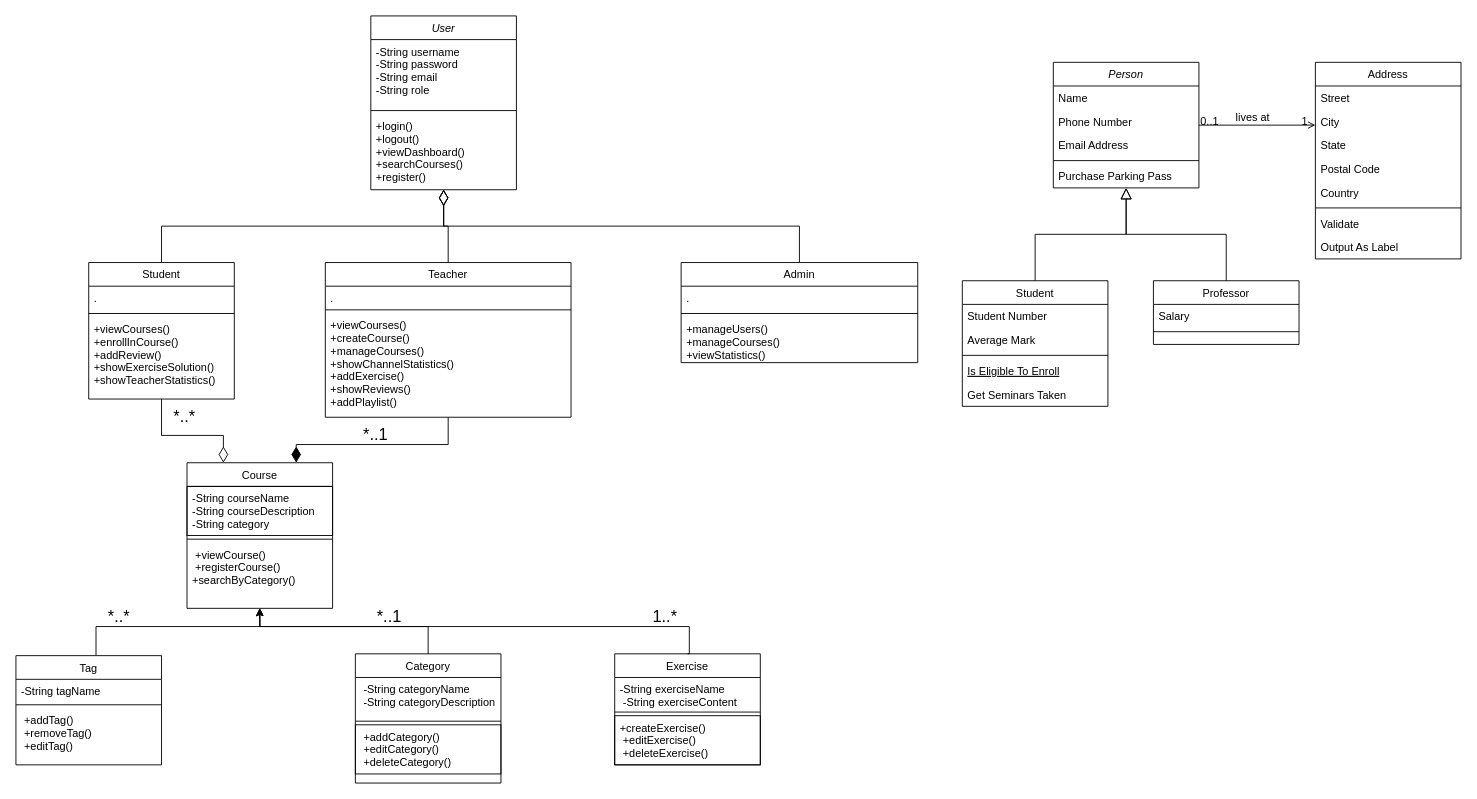
This is Conseption/Untitled Diagram de class.drawio from anouar36/CST_school, a draw.io file, before an edit. Source tidied: cells renumbered, new cells numbered last; positions are measured from the earlier drawing's top-left corner, leaving out a move shared by most shapes. Both pictures are drawn from the tidied source at 91%, with x=0, y=0 at pixel (15, 15).
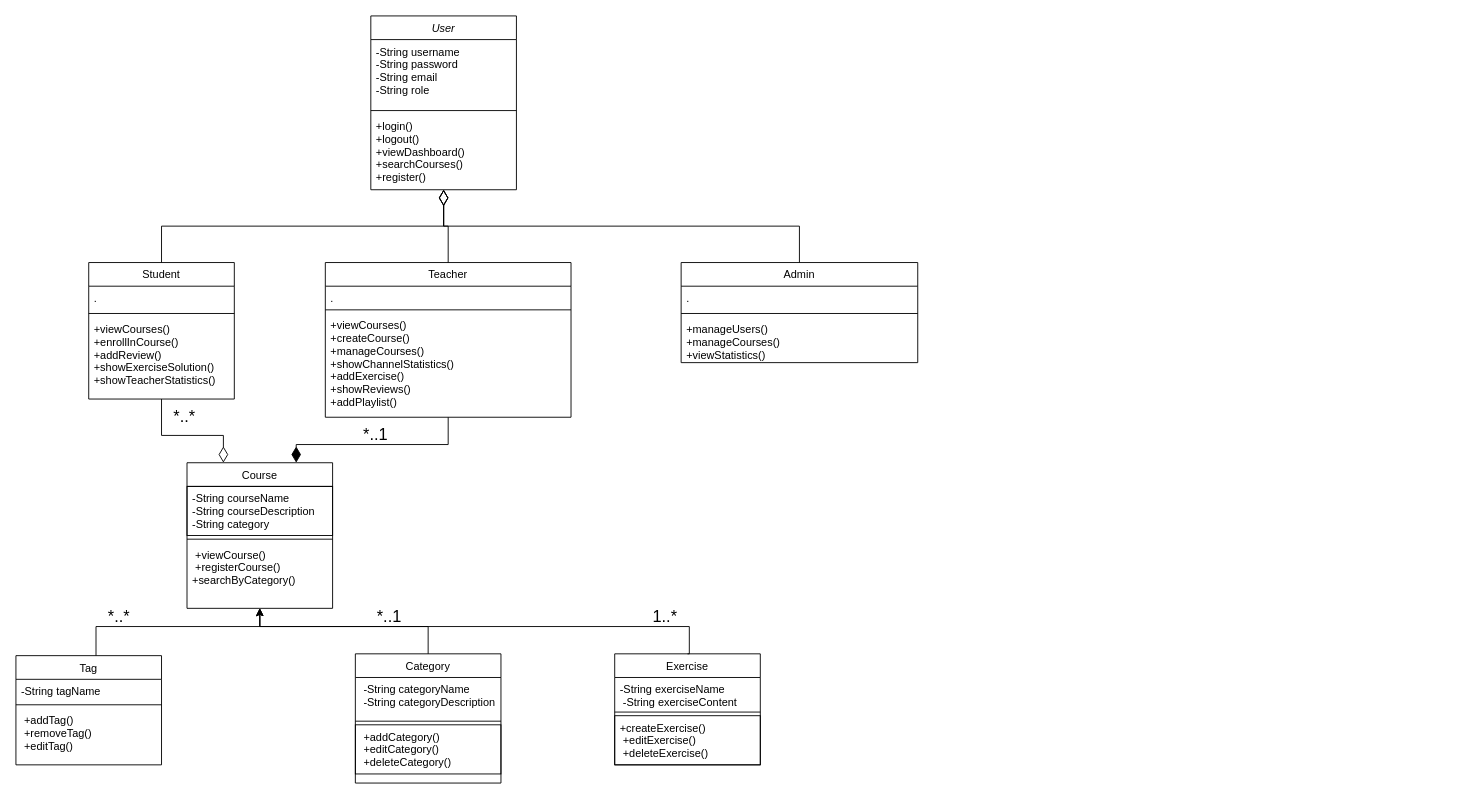
Above is the later version.

What changed in the source:
```diff
@@
-    <mxCell id="2" value="Person" style="swimlane;fontStyle=2;align=center;verticalAlign=top;horizontal=1;startSize=26;rounded=0;shadow=0;strokeWidth=1;" parent="1" vertex="1">
-      <mxGeometry x="1140" y="51" width="160" height="138" as="geometry" />
-    </mxCell>
-    <mxCell id="3" value="Name" style="text;align=left;verticalAlign=top;spacingLeft=4;spacingRight=4;overflow=hidden;" parent="2" vertex="1">
-      <mxGeometry y="26" width="160" height="26" as="geometry" />
-    </mxCell>
-    <mxCell id="4" value="Phone Number" style="text;align=left;verticalAlign=top;spacingLeft=4;spacingRight=4;overflow=hidden;rounded=0;shadow=0;html=0;" parent="2" vertex="1">
-      <mxGeometry y="52" width="160" height="26" as="geometry" />
-    </mxCell>
-    <mxCell id="5" value="Email Address" style="text;align=left;verticalAlign=top;spacingLeft=4;spacingRight=4;overflow=hidden;rounded=0;shadow=0;html=0;" parent="2" vertex="1">
-      <mxGeometry y="78" width="160" height="26" as="geometry" />
-    </mxCell>
-    <mxCell id="6" style="line;html=1;strokeWidth=1;align=left;verticalAlign=middle;spacingTop=-1;spacingLeft=3;spacingRight=3;labelPosition=right;" parent="2" vertex="1">
-      <mxGeometry y="104" width="160" height="8" as="geometry" />
-    </mxCell>
-    <mxCell id="7" value="Purchase Parking Pass" style="text;align=left;verticalAlign=top;spacingLeft=4;spacingRight=4;overflow=hidden;" parent="2" vertex="1">
-      <mxGeometry y="112" width="160" height="26" as="geometry" />
-    </mxCell>
-    <mxCell id="8" value="Student" style="swimlane;fontStyle=0;align=center;verticalAlign=top;horizontal=1;startSize=26;rounded=0;shadow=0;strokeWidth=1;" parent="1" vertex="1">
-      <mxGeometry x="1040" y="291" width="160" height="138" as="geometry" />
-    </mxCell>
-    <mxCell id="9" value="Student Number" style="text;align=left;verticalAlign=top;spacingLeft=4;spacingRight=4;overflow=hidden;" parent="8" vertex="1">
-      <mxGeometry y="26" width="160" height="26" as="geometry" />
-    </mxCell>
-    <mxCell id="10" value="Average Mark" style="text;align=left;verticalAlign=top;spacingLeft=4;spacingRight=4;overflow=hidden;rounded=0;shadow=0;html=0;" parent="8" vertex="1">
-      <mxGeometry y="52" width="160" height="26" as="geometry" />
-    </mxCell>
-    <mxCell id="11" style="line;html=1;strokeWidth=1;align=left;verticalAlign=middle;spacingTop=-1;spacingLeft=3;spacingRight=3;labelPosition=right;" parent="8" vertex="1">
-      <mxGeometry y="78" width="160" height="8" as="geometry" />
-    </mxCell>
-    <mxCell id="12" value="Is Eligible To Enroll" style="text;align=left;verticalAlign=top;spacingLeft=4;spacingRight=4;overflow=hidden;fontStyle=4;" parent="8" vertex="1">
-      <mxGeometry y="86" width="160" height="26" as="geometry" />
-    </mxCell>
-    <mxCell id="13" value="Get Seminars Taken" style="text;align=left;verticalAlign=top;spacingLeft=4;spacingRight=4;overflow=hidden;" parent="8" vertex="1">
-      <mxGeometry y="112" width="160" height="26" as="geometry" />
-    </mxCell>
-    <mxCell id="14" style="endArrow=block;endSize=10;endFill=0;shadow=0;strokeWidth=1;rounded=0;curved=0;edgeStyle=elbowEdgeStyle;elbow=vertical;" parent="1" edge="1" source="8" target="2">
-      <mxGeometry relative="1" as="geometry" />
-    </mxCell>
-    <mxCell id="15" value="Professor" style="swimlane;fontStyle=0;align=center;verticalAlign=top;horizontal=1;startSize=26;rounded=0;shadow=0;strokeWidth=1;" parent="1" vertex="1">
-      <mxGeometry x="1250" y="291" width="160" height="70" as="geometry" />
-    </mxCell>
-    <mxCell id="16" value="Salary" style="text;align=left;verticalAlign=top;spacingLeft=4;spacingRight=4;overflow=hidden;" parent="15" vertex="1">
-      <mxGeometry y="26" width="160" height="26" as="geometry" />
-    </mxCell>
-    <mxCell id="17" style="line;html=1;strokeWidth=1;align=left;verticalAlign=middle;spacingTop=-1;spacingLeft=3;spacingRight=3;labelPosition=right;" parent="15" vertex="1">
-      <mxGeometry y="52" width="160" height="8" as="geometry" />
-    </mxCell>
-    <mxCell id="18" style="endArrow=block;endSize=10;endFill=0;shadow=0;strokeWidth=1;rounded=0;curved=0;edgeStyle=elbowEdgeStyle;elbow=vertical;" parent="1" edge="1" source="15" target="2">
-      <mxGeometry relative="1" as="geometry" />
-    </mxCell>
-    <mxCell id="19" value="Address" style="swimlane;fontStyle=0;align=center;verticalAlign=top;horizontal=1;startSize=26;rounded=0;shadow=0;strokeWidth=1;" parent="1" vertex="1">
-      <mxGeometry x="1428" y="51" width="160" height="216" as="geometry" />
-    </mxCell>
-    <mxCell id="20" value="Street" style="text;align=left;verticalAlign=top;spacingLeft=4;spacingRight=4;overflow=hidden;" parent="19" vertex="1">
-      <mxGeometry y="26" width="160" height="26" as="geometry" />
-    </mxCell>
-    <mxCell id="21" value="City" style="text;align=left;verticalAlign=top;spacingLeft=4;spacingRight=4;overflow=hidden;rounded=0;shadow=0;html=0;" parent="19" vertex="1">
-      <mxGeometry y="52" width="160" height="26" as="geometry" />
-    </mxCell>
-    <mxCell id="22" value="State" style="text;align=left;verticalAlign=top;spacingLeft=4;spacingRight=4;overflow=hidden;rounded=0;shadow=0;html=0;" parent="19" vertex="1">
-      <mxGeometry y="78" width="160" height="26" as="geometry" />
-    </mxCell>
-    <mxCell id="23" value="Postal Code" style="text;align=left;verticalAlign=top;spacingLeft=4;spacingRight=4;overflow=hidden;rounded=0;shadow=0;html=0;" parent="19" vertex="1">
-      <mxGeometry y="104" width="160" height="26" as="geometry" />
-    </mxCell>
-    <mxCell id="24" value="Country" style="text;align=left;verticalAlign=top;spacingLeft=4;spacingRight=4;overflow=hidden;rounded=0;shadow=0;html=0;" parent="19" vertex="1">
-      <mxGeometry y="130" width="160" height="26" as="geometry" />
-    </mxCell>
-    <mxCell id="25" style="line;html=1;strokeWidth=1;align=left;verticalAlign=middle;spacingTop=-1;spacingLeft=3;spacingRight=3;labelPosition=right;" parent="19" vertex="1">
-      <mxGeometry y="156" width="160" height="8" as="geometry" />
-    </mxCell>
-    <mxCell id="26" value="Validate" style="text;align=left;verticalAlign=top;spacingLeft=4;spacingRight=4;overflow=hidden;" parent="19" vertex="1">
-      <mxGeometry y="164" width="160" height="26" as="geometry" />
-    </mxCell>
-    <mxCell id="27" value="Output As Label" style="text;align=left;verticalAlign=top;spacingLeft=4;spacingRight=4;overflow=hidden;" parent="19" vertex="1">
-      <mxGeometry y="190" width="160" height="26" as="geometry" />
-    </mxCell>
-    <mxCell id="28" style="endArrow=open;shadow=0;strokeWidth=1;rounded=0;curved=0;endFill=1;edgeStyle=elbowEdgeStyle;elbow=vertical;" parent="1" edge="1" source="2" target="19">
-      <mxGeometry x="0.5" y="41" relative="1" as="geometry">
-        <mxPoint x="-40" y="32" as="offset" />
-      </mxGeometry>
-    </mxCell>
-    <mxCell id="29" value="0..1" style="align=left;verticalAlign=bottom;labelBackgroundColor=none;fontSize=12;" parent="28" vertex="1">
-      <mxGeometry x="-1" relative="1" as="geometry">
-        <mxPoint y="4" as="offset" />
-      </mxGeometry>
-    </mxCell>
-    <mxCell id="30" value="1" style="align=right;verticalAlign=bottom;labelBackgroundColor=none;fontSize=12;" parent="28" vertex="1">
-      <mxGeometry x="1" relative="1" as="geometry">
-        <mxPoint x="-7" y="4" as="offset" />
-      </mxGeometry>
-    </mxCell>
-    <mxCell id="31" value="lives at" style="text;html=1;align=center;verticalAlign=middle;labelBackgroundColor=none;rounded=0;shadow=0;strokeWidth=1;fontSize=12;" parent="28" vertex="1">
-      <mxGeometry x="0.5" y="49" relative="1" as="geometry">
-        <mxPoint x="-38" y="40" as="offset" />
-      </mxGeometry>
-    </mxCell>
```
